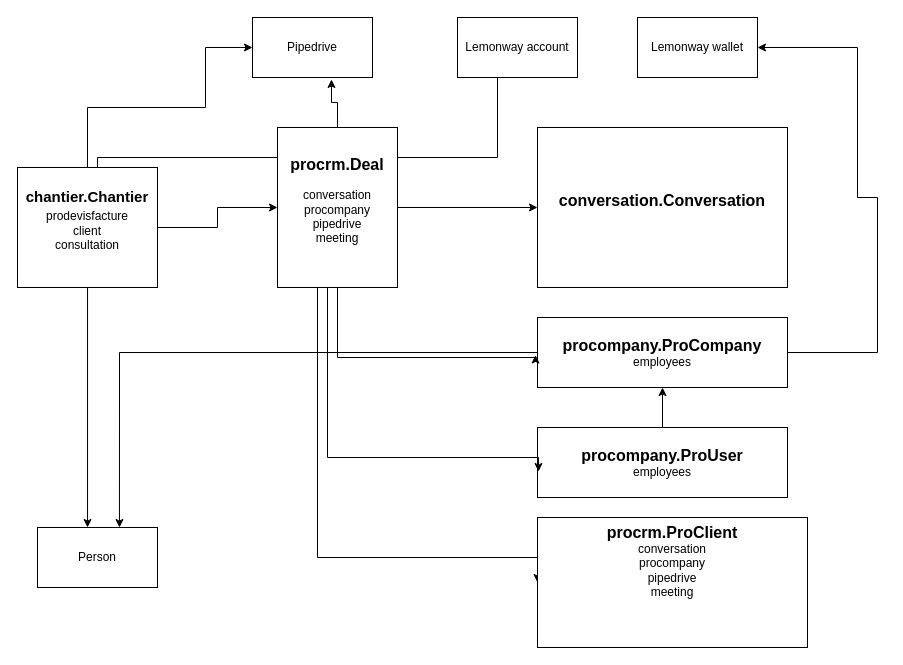
This is Untitled Diagram.drawio from Axnyff/useEffectOnceInStrictMode, a draw.io file, before an edit. Source tidied: cells renumbered, new cells numbered last; positions are measured from the earlier drawing's top-left corner, leaving out a move shared by most shapes. Both pictures are drawn from the tidied source at 100%, with x=0, y=0 at pixel (17, 17).
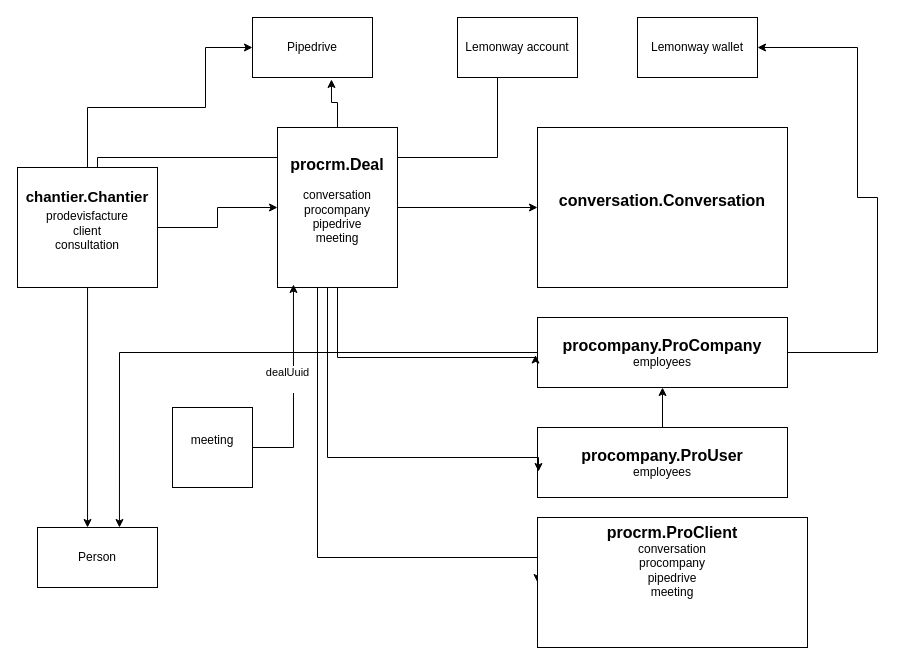
The same diagram, later.

Unchanged cells that the change refers to:
```xml
<mxCell id="8" value="&lt;div&gt;&lt;font style=&quot;font-size: 16px;&quot;&gt;&lt;b&gt;procrm.Deal&lt;/b&gt;&lt;/font&gt;&lt;/div&gt;&lt;div&gt;&lt;br&gt;&lt;/div&gt;&lt;div&gt;conversation&lt;/div&gt;&lt;div&gt;procompany&lt;/div&gt;&lt;div&gt;pipedrive&lt;/div&gt;&lt;div&gt;meeting&lt;/div&gt;&lt;div&gt;&lt;br&gt;&lt;/div&gt;" style="rounded=0;whiteSpace=wrap;html=1;" parent="1" vertex="1">
  <mxGeometry x="260" y="110" width="120" height="160" as="geometry" />
</mxCell>
```

What changed in the source:
```diff
@@
+    <mxCell id="25" style="edgeStyle=orthogonalEdgeStyle;rounded=0;jettySize=auto;html=1;entryX=0.133;entryY=0.981;entryDx=0;entryDy=0;entryPerimeter=0;" parent="1" edge="1" source="27" target="8">
+      <mxGeometry relative="1" as="geometry" />
+    </mxCell>
+    <mxCell id="26" value="&lt;div&gt;dealUuid&lt;/div&gt;&lt;div&gt;&lt;br&gt;&lt;/div&gt;" style="edgeLabel;html=1;align=center;verticalAlign=middle;" parent="25" vertex="1">
+      <mxGeometry x="0.07" y="-2" relative="1" as="geometry">
+        <mxPoint x="-8" as="offset" />
+      </mxGeometry>
+    </mxCell>
+    <mxCell id="27" value="&lt;div&gt;meeting&lt;/div&gt;&lt;div&gt;&lt;br&gt;&lt;/div&gt;" style="whiteSpace=wrap;html=1;" parent="1" vertex="1">
+      <mxGeometry x="155" y="390" width="80" height="80" as="geometry" />
+    </mxCell>
```
